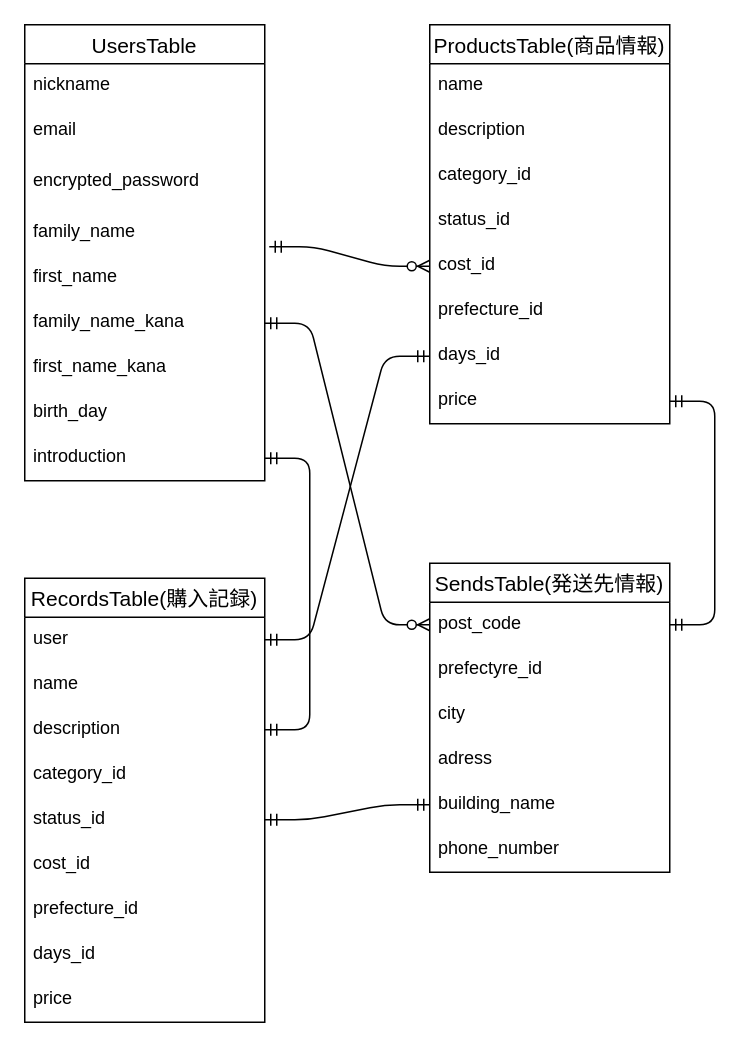
Above: furima.dio in Sk20020822/furima-37952 (draw.io), before the change. Source tidied: cells renumbered, new cells numbered last; positions are measured from the earlier drawing's top-left corner, leaving out a move shared by most shapes. Both pictures are drawn from the tidied source at 150%, with x=0, y=0 at pixel (24, 24).
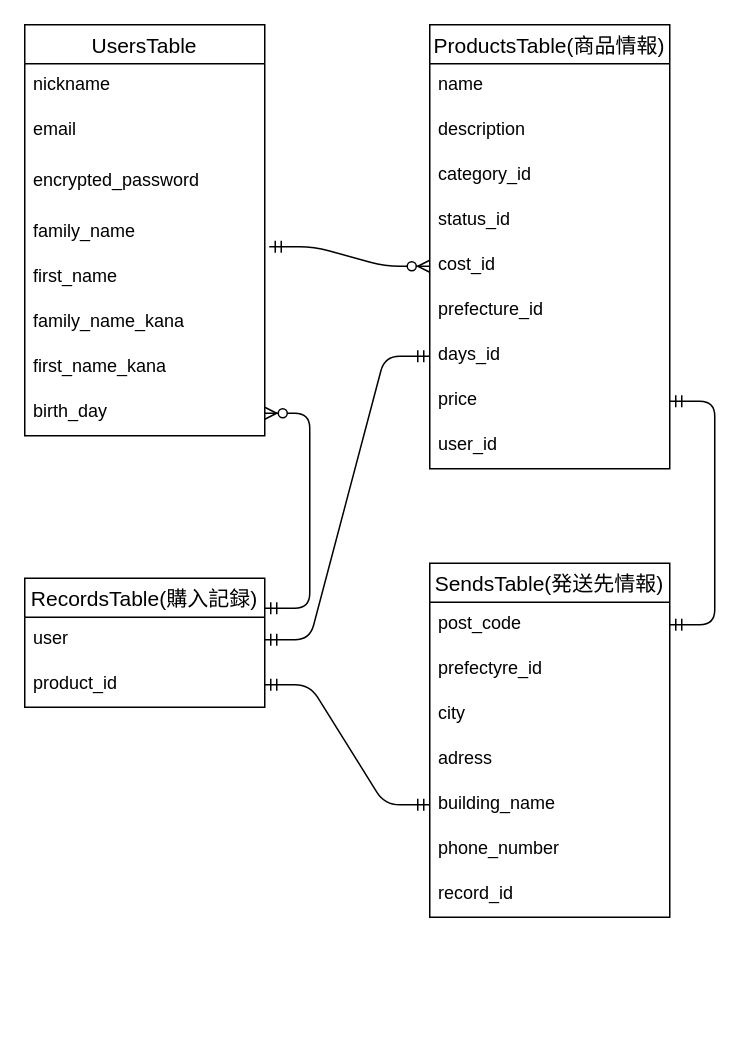
After the change.

Unchanged cells that the change refers to:
```xml
<mxCell id="8" value="family_name_kana" style="text;strokeColor=none;fillColor=none;spacingLeft=4;spacingRight=4;overflow=hidden;points=[[0,0.5],[1,0.5]];portConstraint=eastwest;fontSize=12;" parent="2" vertex="1">
  <mxGeometry y="184" width="160" height="30" as="geometry" />
</mxCell>
<mxCell id="10" value="birth_day" style="text;strokeColor=none;fillColor=none;spacingLeft=4;spacingRight=4;overflow=hidden;points=[[0,0.5],[1,0.5]];portConstraint=eastwest;fontSize=12;" parent="2" vertex="1">
  <mxGeometry y="244" width="160" height="30" as="geometry" />
</mxCell>
<mxCell id="22" value="post_code" style="text;strokeColor=none;fillColor=none;spacingLeft=4;spacingRight=4;overflow=hidden;points=[[0,0.5],[1,0.5]];portConstraint=eastwest;fontSize=12;" parent="21" vertex="1">
  <mxGeometry y="26" width="160" height="30" as="geometry" />
</mxCell>
<mxCell id="26" value="building_name" style="text;strokeColor=none;fillColor=none;spacingLeft=4;spacingRight=4;overflow=hidden;points=[[0,0.5],[1,0.5]];portConstraint=eastwest;fontSize=12;" parent="21" vertex="1">
  <mxGeometry y="146" width="160" height="30" as="geometry" />
</mxCell>
```

The edit, as a diff of the source:
```diff
@@
     <mxCell id="2" value="UsersTable" style="swimlane;fontStyle=0;horizontal=1;startSize=26;align=center;fontSize=14;swimlaneLine=1;" parent="1" vertex="1">
-      <mxGeometry width="160" height="304" as="geometry" />
+      <mxGeometry width="160" height="274" as="geometry" />
     </mxCell>
@@
-    <mxCell id="11" value="introduction" style="text;strokeColor=none;fillColor=none;spacingLeft=4;spacingRight=4;overflow=hidden;points=[[0,0.5],[1,0.5]];portConstraint=eastwest;fontSize=12;" parent="2" vertex="1">
-      <mxGeometry y="274" width="160" height="30" as="geometry" />
-    </mxCell>
     <mxCell id="12" value="ProductsTable(商品情報)" style="swimlane;fontStyle=0;horizontal=1;startSize=26;align=center;fontSize=14;" parent="1" vertex="1">
-      <mxGeometry x="270" width="160" height="266" as="geometry" />
+      <mxGeometry x="270" width="160" height="296" as="geometry" />
     </mxCell>
@@
+    <mxCell id="44" value="user_id" style="text;strokeColor=none;fillColor=none;spacingLeft=4;spacingRight=4;overflow=hidden;fontSize=12;" parent="12" vertex="1">
+      <mxGeometry y="266" width="160" height="30" as="geometry" />
+    </mxCell>
     <mxCell id="21" value="SendsTable(発送先情報)" style="swimlane;fontStyle=0;horizontal=1;startSize=26;align=center;fontSize=14;" parent="1" vertex="1">
-      <mxGeometry x="270" y="359" width="160" height="206" as="geometry" />
+      <mxGeometry x="270" y="359" width="160" height="236" as="geometry" />
     </mxCell>
@@
+    <mxCell id="45" value="record_id " style="text;strokeColor=none;fillColor=none;spacingLeft=4;spacingRight=4;overflow=hidden;fontSize=12;" parent="21" vertex="1">
+      <mxGeometry y="206" width="160" height="30" as="geometry" />
+    </mxCell>
@@
     <mxCell id="29" value="RecordsTable(購入記録)" style="swimlane;fontStyle=0;horizontal=1;startSize=26;align=center;fontSize=14;" parent="1" vertex="1">
-      <mxGeometry y="369" width="160" height="296" as="geometry" />
+      <mxGeometry y="369" width="160" height="86" as="geometry" />
     </mxCell>
@@
-    <mxCell id="31" value="name" style="text;strokeColor=none;fillColor=none;spacingLeft=4;spacingRight=4;overflow=hidden;fontSize=12;" parent="29" vertex="1">
-      <mxGeometry y="56" width="160" height="30" as="geometry" />
-    </mxCell>
-    <mxCell id="32" value="description" style="text;strokeColor=none;fillColor=none;spacingLeft=4;spacingRight=4;overflow=hidden;points=[[0,0.5],[1,0.5]];portConstraint=eastwest;fontSize=12;" parent="29" vertex="1">
-      <mxGeometry y="86" width="160" height="30" as="geometry" />
-    </mxCell>
-    <mxCell id="33" value="category_id" style="text;strokeColor=none;fillColor=none;spacingLeft=4;spacingRight=4;overflow=hidden;fontSize=12;" parent="29" vertex="1">
-      <mxGeometry y="116" width="160" height="30" as="geometry" />
-    </mxCell>
-    <mxCell id="34" value="status_id" style="text;strokeColor=none;fillColor=none;spacingLeft=4;spacingRight=4;overflow=hidden;points=[[0,0.5],[1,0.5]];portConstraint=eastwest;fontSize=12;" parent="29" vertex="1">
-      <mxGeometry y="146" width="160" height="30" as="geometry" />
-    </mxCell>
-    <mxCell id="35" value="cost_id" style="text;strokeColor=none;fillColor=none;spacingLeft=4;spacingRight=4;overflow=hidden;fontSize=12;" parent="29" vertex="1">
-      <mxGeometry y="176" width="160" height="30" as="geometry" />
+    <mxCell id="35" value="product_id" style="text;strokeColor=none;fillColor=none;spacingLeft=4;spacingRight=4;overflow=hidden;fontSize=12;" parent="29" vertex="1">
+      <mxGeometry y="56" width="160" height="30" as="geometry" />
     </mxCell>
-    <mxCell id="36" value="prefecture_id" style="text;strokeColor=none;fillColor=none;spacingLeft=4;spacingRight=4;overflow=hidden;fontSize=12;" parent="29" vertex="1">
-      <mxGeometry y="206" width="160" height="30" as="geometry" />
-    </mxCell>
-    <mxCell id="37" value="days_id" style="text;strokeColor=none;fillColor=none;spacingLeft=4;spacingRight=4;overflow=hidden;fontSize=12;" parent="29" vertex="1">
-      <mxGeometry y="236" width="160" height="30" as="geometry" />
-    </mxCell>
-    <mxCell id="38" value="price" style="text;strokeColor=none;fillColor=none;spacingLeft=4;spacingRight=4;overflow=hidden;fontSize=12;" parent="29" vertex="1">
-      <mxGeometry y="266" width="160" height="30" as="geometry" />
-    </mxCell>
-    <mxCell id="39" style="edgeStyle=entityRelationEdgeStyle;fontSize=12;html=1;endArrow=ERzeroToMany;startArrow=ERmandOne;exitX=1;exitY=0.5;exitDx=0;exitDy=0;entryX=0;entryY=0.5;entryDx=0;entryDy=0;" parent="1" edge="1" source="8" target="22">
-      <mxGeometry relative="1" as="geometry" />
-    </mxCell>
@@
-    <mxCell id="41" style="edgeStyle=entityRelationEdgeStyle;fontSize=12;html=1;endArrow=ERmandOne;startArrow=ERmandOne;entryX=0;entryY=0.5;entryDx=0;entryDy=0;exitX=1;exitY=0.5;exitDx=0;exitDy=0;" parent="1" edge="1" source="34" target="26">
-      <mxGeometry relative="1" as="geometry" />
+    <mxCell id="41" style="edgeStyle=entityRelationEdgeStyle;fontSize=12;html=1;endArrow=ERmandOne;startArrow=ERmandOne;entryX=0;entryY=0.5;entryDx=0;entryDy=0;exitX=1;exitY=0.5;exitDx=0;exitDy=0;" parent="1" edge="1" target="26">
+      <mxGeometry relative="1" as="geometry">
+        <mxPoint x="160" y="440" as="sourcePoint" />
+      </mxGeometry>
     </mxCell>
@@
-    <mxCell id="43" style="edgeStyle=entityRelationEdgeStyle;fontSize=12;html=1;endArrow=ERmandOne;startArrow=ERmandOne;entryX=1;entryY=0.5;entryDx=0;entryDy=0;exitX=1;exitY=0.5;exitDx=0;exitDy=0;" parent="1" edge="1" source="11" target="32">
-      <mxGeometry relative="1" as="geometry" />
-    </mxCell>
+    <mxCell id="46" style="edgeStyle=entityRelationEdgeStyle;fontSize=12;html=1;endArrow=ERzeroToMany;startArrow=ERmandOne;entryX=1;entryY=0.5;entryDx=0;entryDy=0;" parent="1" edge="1" target="10">
+      <mxGeometry relative="1" as="geometry">
+        <mxPoint x="160" y="389" as="sourcePoint" />
+      </mxGeometry>
+    </mxCell>
```
